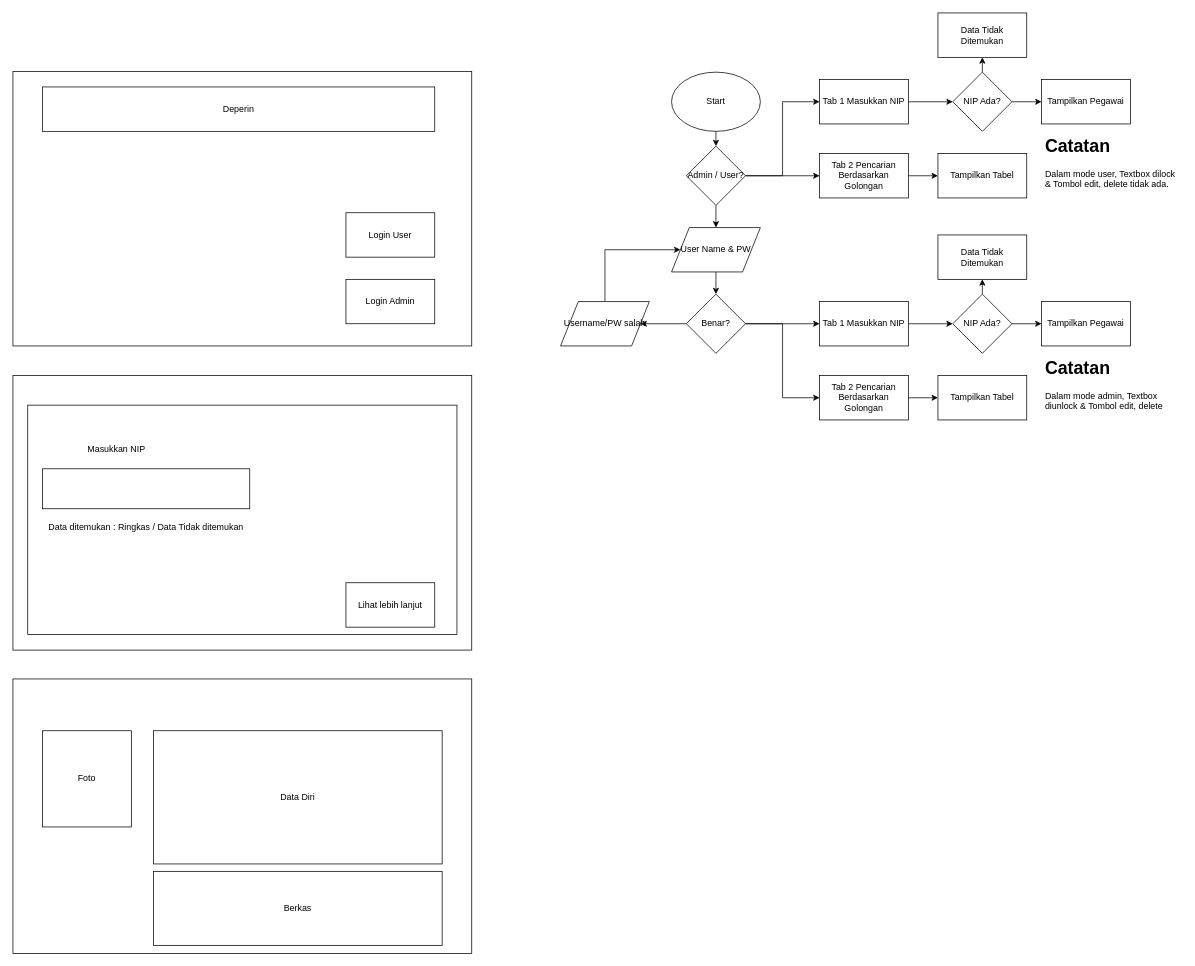
AlbertHM/WahahaSystem keeps this draw.io diagram as DatabaseKepegawaian/DatabaseKepegawaian.drawio. Above is the earlier version. Source tidied: cells renumbered, new cells numbered last; positions are measured from the earlier drawing's top-left corner, leaving out a move shared by most shapes. Both pictures are drawn from the tidied source at 74%, with x=0, y=0 at pixel (13, 13).
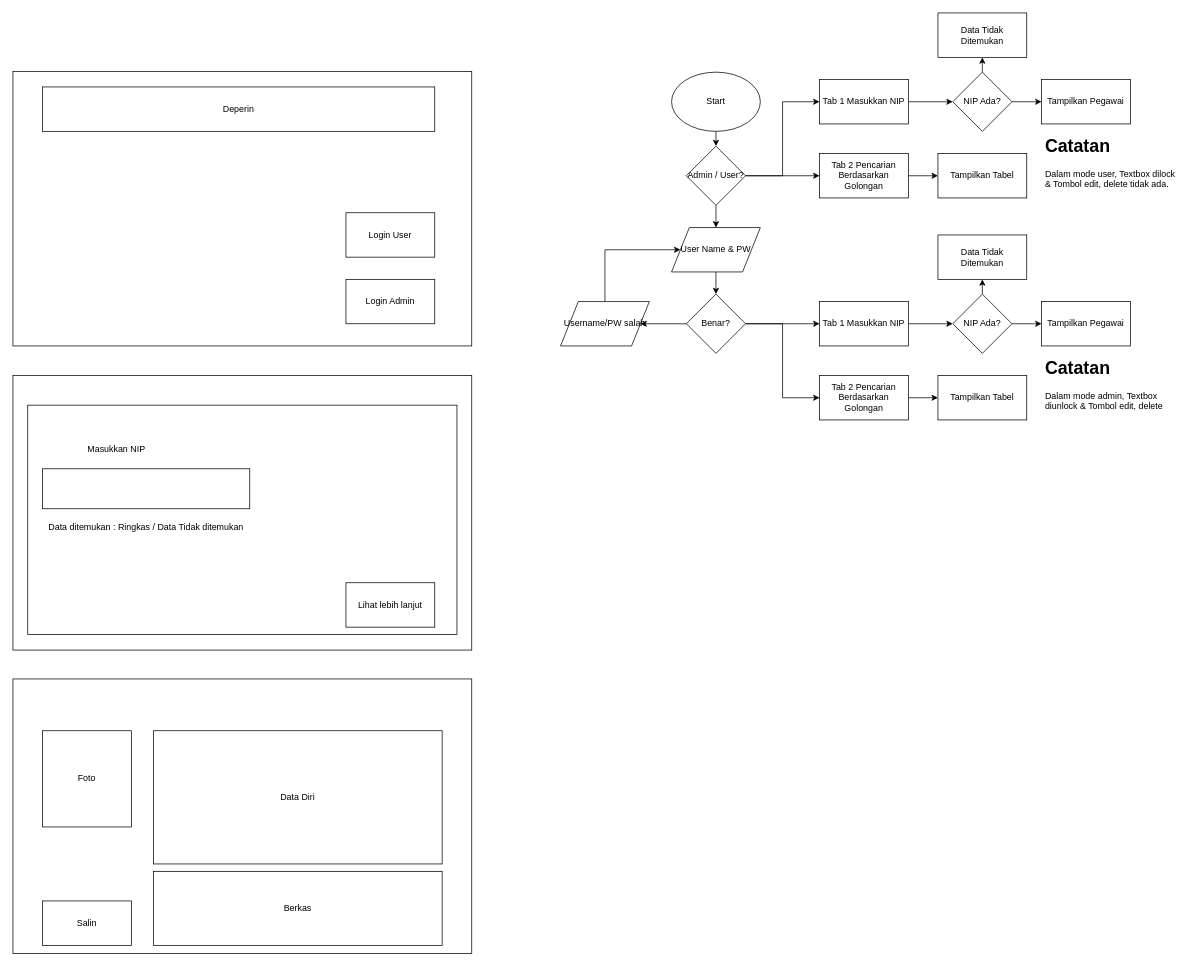
The same diagram, later.

The edit, as a diff of the source:
```diff
@@
+    <mxCell id="52" value="Salin" style="rounded=0;whiteSpace=wrap;html=1;" parent="1" vertex="1">
+      <mxGeometry x="40" y="1200" width="120" height="60" as="geometry" />
+    </mxCell>
```
